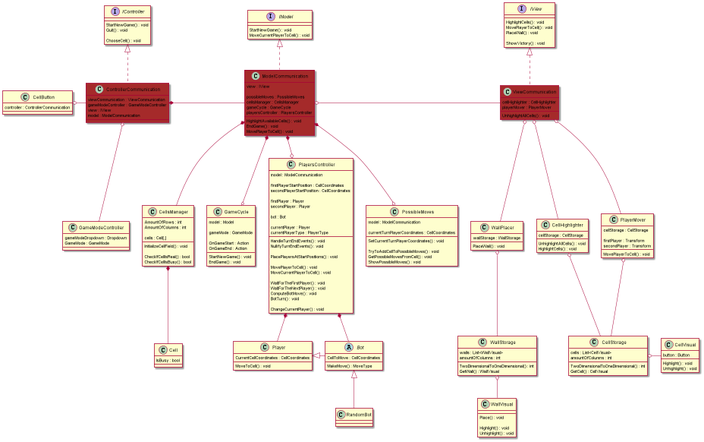
Earlier version of the PlantUML export Quoridor/Assets/Diagrams/diagram.png (snyk04/quoridor).
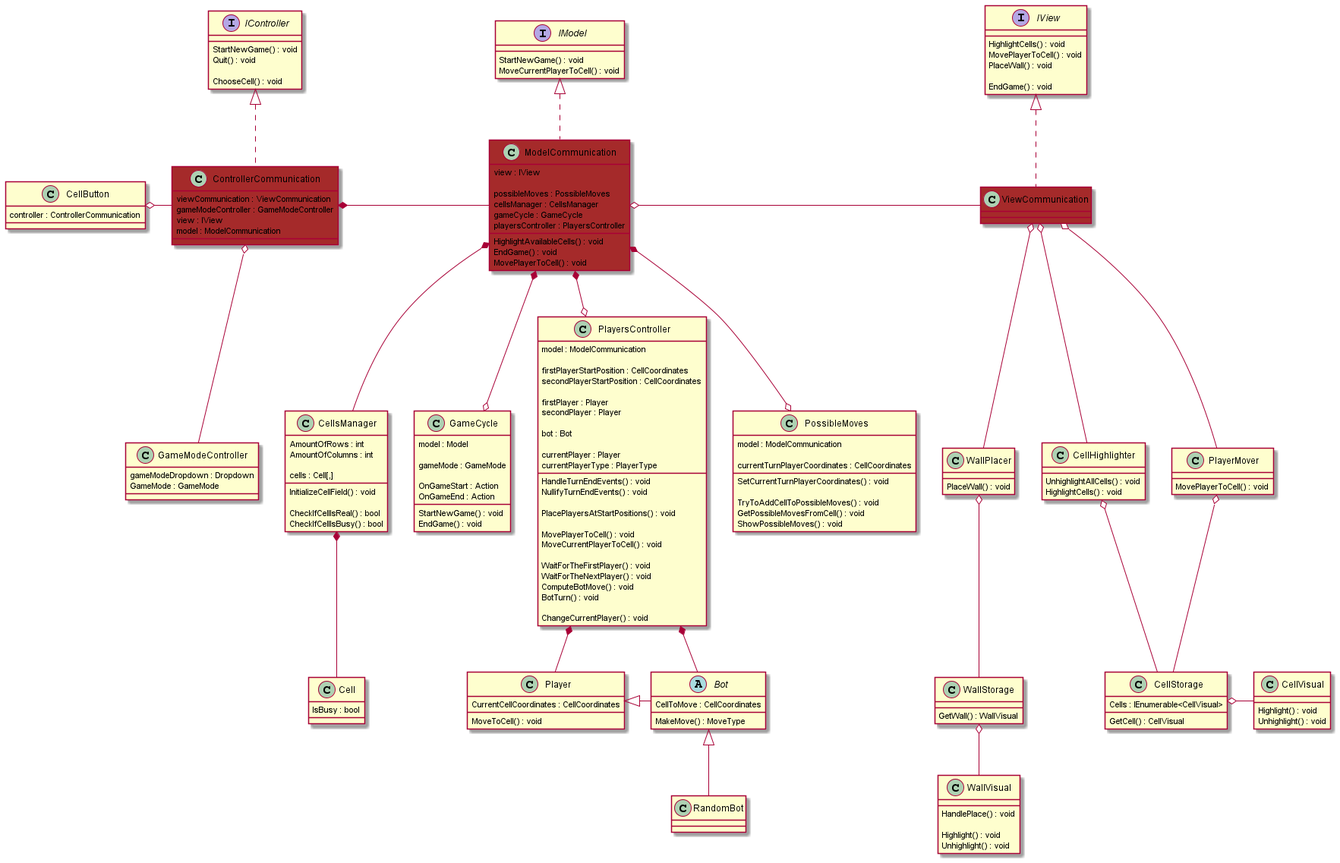
After the change.

Commit message:
view refactoring + diagram update

The edit, as a diff of the source:
```diff
@@ -129,56 +129,38 @@
     MovePlayerToCell() : void
     PlaceWall() : void
 
-    ShowVictory() : void
+    EndGame() : void
 }
 class ViewCommunication #brown
-{
-    cellHighlighter : CellHighlighter
-    playerMover : PlayerMover
-
-    UnhighlightAllCells() : void
-}
 
 class CellHighlighter
 {
-    cellStorage : CellStorage
-
     UnhighlightAllCells() : void
     HighlightCells() : void
 }
 class CellStorage
 {
-   cells : List<CellVisual>
-   amountOfColumns : int
+   Cells : IEnumerable<CellVisual>
 
-   TwoDimensionalToOneDimensional() : int
    GetCell() : CellVisual
 }
 class CellVisual
 {
-    button : Button
-
     Highlight() : void
     Unhighlight() : void
 }
 
 class WallPlacer
 {
-    wallStorage : WallStorage
-
     PlaceWall() : void
 }
 class WallStorage
 {
-   walls : List<WallVisual>
-   amountOfColumns : int
-
-   TwoDimensionalToOneDimensional() : int
    GetWall() : WallVisual
 }
 class WallVisual
 {
-    Place() : void
+    HandlePlace() : void
 
     Highlight() : void
     Unhighlight() : void
@@ -186,11 +168,6 @@
 
 class PlayerMover
 {
-    cellStorage : CellStorage
-
-    firstPlayer : Transform
-    secondPlayer : Transform
-
     MovePlayerToCell() : void
 }
 
```
